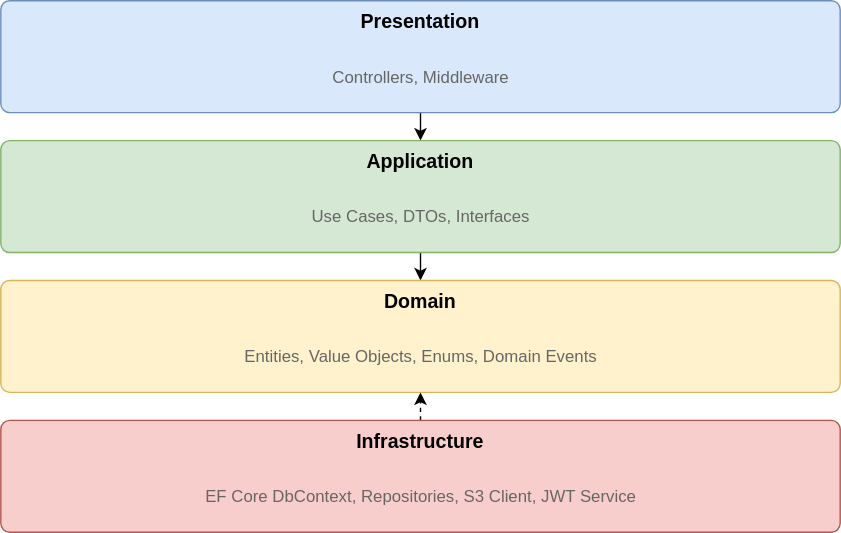
TeleManga/docs keeps this draw.io diagram as docs/assets/diagrams/clean-architecture/clean-architecture.svg. Above is the earlier version. Source tidied: cells renumbered, new cells last; positions are measured from the earlier drawing's top-left corner, leaving out a move shared by most shapes. Its diagram source:
```xml
<mxGraphModel>
  <root>
    <mxCell id="0" />
    <mxCell id="1" parent="0" />
    <mxCell id="2" style="edgeStyle=none;html=1;" parent="1" edge="1" source="3" target="6">
      <mxGeometry relative="1" as="geometry" />
    </mxCell>
    <mxCell id="3" value="Presentation" style="rounded=1;whiteSpace=wrap;html=1;fillColor=#dae8fc;strokeColor=#6c8ebf;fontStyle=1;fontSize=14;verticalAlign=top;arcSize=8;" parent="1" vertex="1">
      <mxGeometry width="600" height="80" as="geometry" />
    </mxCell>
    <mxCell id="4" value="Controllers, Middleware" style="text;html=1;align=center;verticalAlign=middle;strokeColor=none;fillColor=none;fontSize=12;fontColor=#666666;" parent="3" vertex="1">
      <mxGeometry x="180" y="40" width="240" height="30" as="geometry" />
    </mxCell>
    <mxCell id="5" style="edgeStyle=none;html=1;" parent="1" edge="1" source="6" target="8">
      <mxGeometry relative="1" as="geometry" />
    </mxCell>
    <mxCell id="6" value="Application" style="rounded=1;whiteSpace=wrap;html=1;fillColor=#d5e8d4;strokeColor=#82b366;fontStyle=1;fontSize=14;verticalAlign=top;arcSize=8;" parent="1" vertex="1">
      <mxGeometry y="100" width="600" height="80" as="geometry" />
    </mxCell>
    <mxCell id="7" value="Use Cases, DTOs, Interfaces" style="text;html=1;align=center;verticalAlign=middle;strokeColor=none;fillColor=none;fontSize=12;fontColor=#666666;" parent="6" vertex="1">
      <mxGeometry x="170" y="40" width="260" height="30" as="geometry" />
    </mxCell>
    <mxCell id="8" value="Domain" style="rounded=1;whiteSpace=wrap;html=1;fillColor=#fff2cc;strokeColor=#d6b656;fontStyle=1;fontSize=14;verticalAlign=top;arcSize=8;" parent="1" vertex="1">
      <mxGeometry y="200" width="600" height="80" as="geometry" />
    </mxCell>
    <mxCell id="9" value="Entities, Value Objects, Enums, Domain Events" style="text;html=1;align=center;verticalAlign=middle;strokeColor=none;fillColor=none;fontSize=12;fontColor=#666666;" parent="8" vertex="1">
      <mxGeometry x="120" y="40" width="360" height="30" as="geometry" />
    </mxCell>
    <mxCell id="10" style="edgeStyle=none;html=1;exitX=0.5;exitY=0;exitDx=0;exitDy=0;dashed=1;" parent="1" edge="1" source="11" target="8">
      <mxGeometry relative="1" as="geometry" />
    </mxCell>
    <mxCell id="11" value="Infrastructure" style="rounded=1;whiteSpace=wrap;html=1;fillColor=#f8cecc;strokeColor=#b85450;fontStyle=1;fontSize=14;verticalAlign=top;arcSize=8;" parent="1" vertex="1">
      <mxGeometry y="300" width="600" height="80" as="geometry" />
    </mxCell>
    <mxCell id="12" value="EF Core DbContext, Repositories, S3 Client, JWT Service" style="text;html=1;align=center;verticalAlign=middle;strokeColor=none;fillColor=none;fontSize=12;fontColor=#666666;" parent="11" vertex="1">
      <mxGeometry x="100" y="40" width="400" height="30" as="geometry" />
    </mxCell>
  </root>
</mxGraphModel>
```
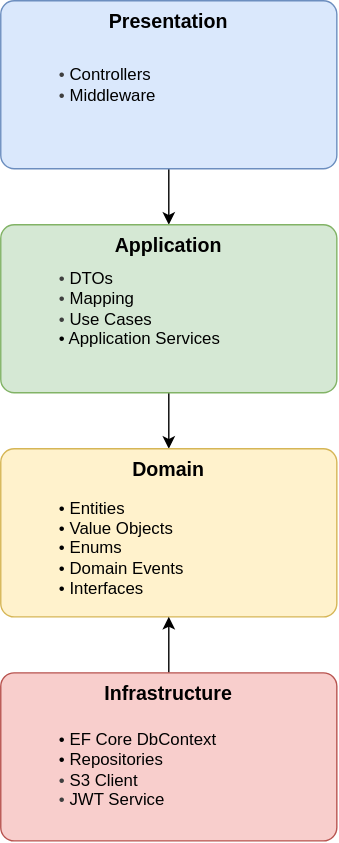
The same file after the commit.

Commit message:
fix/6/refactor-clean-architecture-diagram

Diff of the diagram source:
```diff
@@ -2,38 +2,38 @@
   <root>
     <mxCell id="0" />
     <mxCell id="1" parent="0" />
-    <mxCell id="2" style="edgeStyle=none;html=1;" parent="1" edge="1" source="3" target="6">
-      <mxGeometry relative="1" as="geometry" />
-    </mxCell>
+    <mxCell id="10" style="edgeStyle=none;html=1;" parent="1" edge="1" source="3" target="6">
+      <mxGeometry relative="1" as="geometry" />
+    </mxCell>
     <mxCell id="3" value="Presentation" style="rounded=1;whiteSpace=wrap;html=1;fillColor=#dae8fc;strokeColor=#6c8ebf;fontStyle=1;fontSize=14;verticalAlign=top;arcSize=8;" parent="1" vertex="1">
-      <mxGeometry width="600" height="80" as="geometry" />
+      <mxGeometry x="180" y="-70" width="240" height="120" as="geometry" />
     </mxCell>
-    <mxCell id="4" value="Controllers, Middleware" style="text;html=1;align=center;verticalAlign=middle;strokeColor=none;fillColor=none;fontSize=12;fontColor=#666666;" parent="3" vertex="1">
-      <mxGeometry x="180" y="40" width="240" height="30" as="geometry" />
+    <mxCell id="4" value="&lt;font style=&quot;color: rgb(0, 0, 0);&quot;&gt;&lt;span style=&quot;color: rgb(63, 63, 63);&quot;&gt;•&amp;nbsp;&lt;/span&gt;Controllers&lt;br&gt;&lt;/font&gt;&lt;div&gt;&lt;font style=&quot;color: rgb(0, 0, 0);&quot;&gt;&lt;span style=&quot;color: rgb(63, 63, 63); background-color: transparent;&quot;&gt;•&amp;nbsp;&lt;/span&gt;Middleware&lt;/font&gt;&lt;/div&gt;" style="text;html=1;align=left;verticalAlign=middle;strokeColor=none;fillColor=none;fontSize=12;fontColor=#666666;" parent="3" vertex="1">
+      <mxGeometry x="40" y="40" width="90" height="40" as="geometry" />
     </mxCell>
     <mxCell id="5" style="edgeStyle=none;html=1;" parent="1" edge="1" source="6" target="8">
       <mxGeometry relative="1" as="geometry" />
     </mxCell>
     <mxCell id="6" value="Application" style="rounded=1;whiteSpace=wrap;html=1;fillColor=#d5e8d4;strokeColor=#82b366;fontStyle=1;fontSize=14;verticalAlign=top;arcSize=8;" parent="1" vertex="1">
-      <mxGeometry y="100" width="600" height="80" as="geometry" />
+      <mxGeometry x="180" y="90" width="240" height="120" as="geometry" />
     </mxCell>
-    <mxCell id="7" value="Use Cases, DTOs, Interfaces" style="text;html=1;align=center;verticalAlign=middle;strokeColor=none;fillColor=none;fontSize=12;fontColor=#666666;" parent="6" vertex="1">
-      <mxGeometry x="170" y="40" width="260" height="30" as="geometry" />
+    <mxCell id="7" value="&lt;div&gt;&lt;font style=&quot;color: rgb(0, 0, 0);&quot;&gt;&lt;span style=&quot;background-color: transparent; color: rgb(63, 63, 63);&quot;&gt;•&amp;nbsp;&lt;/span&gt;DTOs&lt;/font&gt;&lt;/div&gt;&lt;div&gt;&lt;font&gt;&lt;span style=&quot;color: rgb(63, 63, 63);&quot;&gt;• &lt;/span&gt;&lt;font style=&quot;color: rgb(0, 0, 0);&quot;&gt;Mapping&lt;/font&gt;&lt;/font&gt;&lt;/div&gt;&lt;div&gt;&lt;font&gt;&lt;font style=&quot;color: rgb(0, 0, 0);&quot;&gt;&lt;span style=&quot;color: rgb(63, 63, 63); background-color: transparent;&quot;&gt;•&amp;nbsp;&lt;/span&gt;&lt;span style=&quot;color: rgb(0, 0, 0);&quot;&gt;Use Cases&lt;/span&gt;&lt;/font&gt;&lt;/font&gt;&lt;/div&gt;&lt;div&gt;&lt;font&gt;&lt;span style=&quot;background-color: transparent;&quot;&gt;&lt;font style=&quot;color: rgb(0, 0, 0);&quot;&gt;• Application Services&lt;/font&gt;&lt;/span&gt;&lt;/font&gt;&lt;/div&gt;" style="text;html=1;align=left;verticalAlign=middle;strokeColor=none;fillColor=none;fontSize=12;fontColor=#666666;" parent="6" vertex="1">
+      <mxGeometry x="40" y="25" width="140" height="70" as="geometry" />
     </mxCell>
     <mxCell id="8" value="Domain" style="rounded=1;whiteSpace=wrap;html=1;fillColor=#fff2cc;strokeColor=#d6b656;fontStyle=1;fontSize=14;verticalAlign=top;arcSize=8;" parent="1" vertex="1">
-      <mxGeometry y="200" width="600" height="80" as="geometry" />
+      <mxGeometry x="180" y="250" width="240" height="120" as="geometry" />
     </mxCell>
-    <mxCell id="9" value="Entities, Value Objects, Enums, Domain Events" style="text;html=1;align=center;verticalAlign=middle;strokeColor=none;fillColor=none;fontSize=12;fontColor=#666666;" parent="8" vertex="1">
-      <mxGeometry x="120" y="40" width="360" height="30" as="geometry" />
+    <mxCell id="9" value="&lt;font style=&quot;color: rgb(0, 0, 0);&quot;&gt;&lt;span&gt;•&amp;nbsp;&lt;/span&gt;Entities&lt;br&gt;&lt;/font&gt;&lt;div&gt;&lt;font style=&quot;color: rgb(0, 0, 0);&quot;&gt;&lt;span style=&quot;background-color: transparent;&quot;&gt;•&lt;/span&gt;&lt;span style=&quot;background-color: transparent;&quot;&gt;&amp;nbsp;&lt;/span&gt;Value Objects&lt;/font&gt;&lt;/div&gt;&lt;div&gt;&lt;font style=&quot;color: rgb(0, 0, 0);&quot;&gt;&lt;span style=&quot;background-color: transparent;&quot;&gt;•&lt;/span&gt;&lt;span style=&quot;background-color: transparent;&quot;&gt;&amp;nbsp;&lt;/span&gt;Enums&lt;/font&gt;&lt;/div&gt;&lt;div&gt;&lt;font style=&quot;color: rgb(0, 0, 0);&quot;&gt;&lt;span style=&quot;background-color: transparent;&quot;&gt;•&lt;/span&gt;&lt;span style=&quot;background-color: transparent;&quot;&gt;&amp;nbsp;&lt;/span&gt;Domain Events&lt;/font&gt;&lt;/div&gt;&lt;div&gt;&lt;font&gt;&lt;font style=&quot;color: rgb(0, 0, 0);&quot;&gt;• Interfaces&lt;/font&gt;&lt;/font&gt;&lt;/div&gt;" style="text;html=1;align=left;verticalAlign=middle;strokeColor=none;fillColor=none;fontSize=12;fontColor=#666666;" parent="8" vertex="1">
+      <mxGeometry x="40" y="26.2" width="110" height="90" as="geometry" />
     </mxCell>
-    <mxCell id="10" style="edgeStyle=none;html=1;exitX=0.5;exitY=0;exitDx=0;exitDy=0;dashed=1;" parent="1" edge="1" source="11" target="8">
-      <mxGeometry relative="1" as="geometry" />
-    </mxCell>
+    <mxCell id="13" style="edgeStyle=none;html=1;" parent="1" edge="1" source="11" target="8">
+      <mxGeometry relative="1" as="geometry" />
+    </mxCell>
     <mxCell id="11" value="Infrastructure" style="rounded=1;whiteSpace=wrap;html=1;fillColor=#f8cecc;strokeColor=#b85450;fontStyle=1;fontSize=14;verticalAlign=top;arcSize=8;" parent="1" vertex="1">
-      <mxGeometry y="300" width="600" height="80" as="geometry" />
+      <mxGeometry x="180" y="410" width="240" height="120" as="geometry" />
     </mxCell>
-    <mxCell id="12" value="EF Core DbContext, Repositories, S3 Client, JWT Service" style="text;html=1;align=center;verticalAlign=middle;strokeColor=none;fillColor=none;fontSize=12;fontColor=#666666;" parent="11" vertex="1">
-      <mxGeometry x="100" y="40" width="400" height="30" as="geometry" />
+    <mxCell id="12" value="&lt;font style=&quot;color: rgb(0, 0, 0);&quot;&gt;&lt;span&gt;•&amp;nbsp;&lt;/span&gt;EF Core DbContext&lt;br&gt;&lt;/font&gt;&lt;div&gt;&lt;font style=&quot;color: rgb(0, 0, 0);&quot;&gt;&lt;span style=&quot;background-color: transparent;&quot;&gt;•&amp;nbsp;&lt;/span&gt;Repositories&lt;/font&gt;&lt;/div&gt;&lt;div&gt;&lt;font&gt;&lt;span style=&quot;color: rgb(63, 63, 63); background-color: transparent;&quot;&gt;•&amp;nbsp;&lt;/span&gt;&lt;span style=&quot;background-color: transparent;&quot;&gt;&lt;font style=&quot;color: rgb(0, 0, 0);&quot;&gt;S3 Client&lt;/font&gt;&lt;/span&gt;&lt;/font&gt;&lt;/div&gt;&lt;div style=&quot;&quot;&gt;&lt;font&gt;&lt;span style=&quot;color: rgb(63, 63, 63); background-color: transparent;&quot;&gt;•&amp;nbsp;&lt;/span&gt;&lt;span style=&quot;background-color: transparent;&quot;&gt;&lt;font style=&quot;color: rgb(0, 0, 0);&quot;&gt;JWT Service&lt;/font&gt;&lt;/span&gt;&lt;/font&gt;&lt;/div&gt;" style="text;html=1;align=left;verticalAlign=middle;strokeColor=none;fillColor=none;fontSize=12;fontColor=#666666;" parent="11" vertex="1">
+      <mxGeometry x="40" y="33.8" width="140" height="70" as="geometry" />
     </mxCell>
   </root>
 </mxGraphModel>
```
